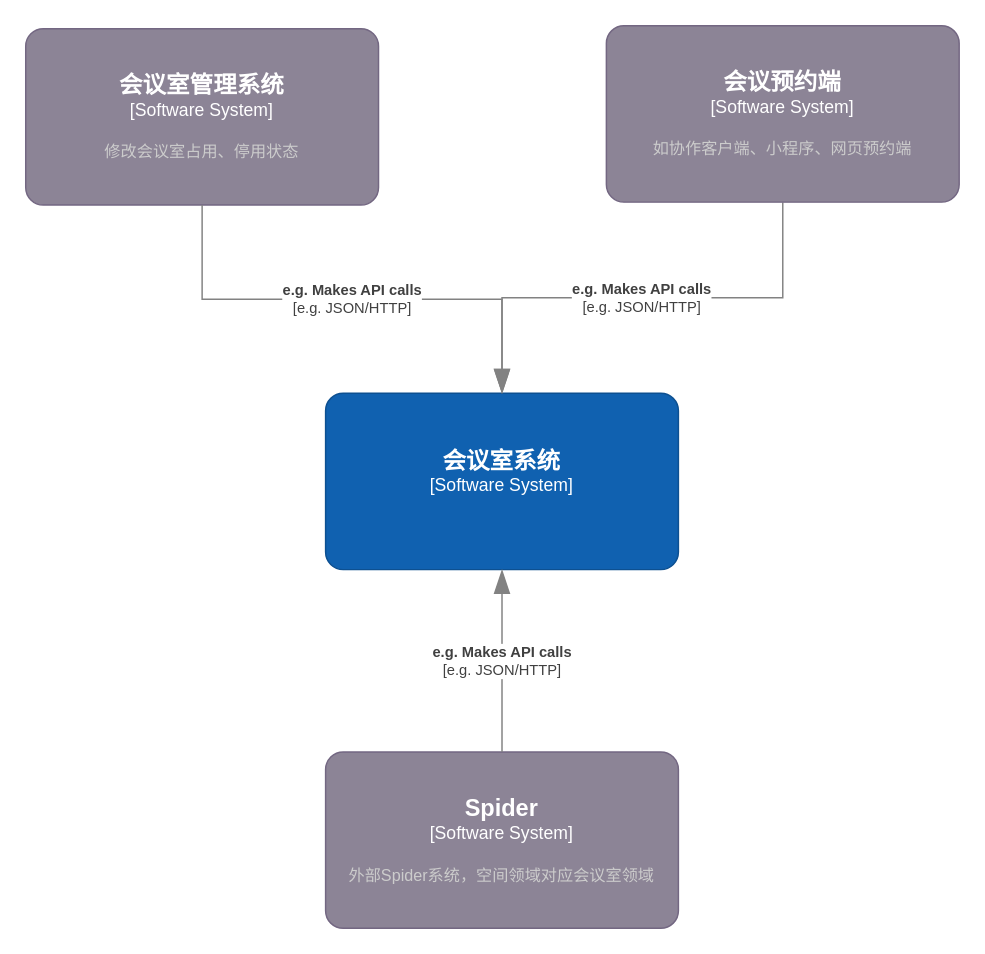
Above: 未命名绘图.drawio in laowang-cloud/diagrams (draw.io), before the change. Source tidied: cells renumbered, new cells numbered last; positions are measured from the earlier drawing's top-left corner, leaving out a move shared by most shapes. Both pictures are drawn from the tidied source at 147%, with x=0, y=0 at pixel (25, 25).
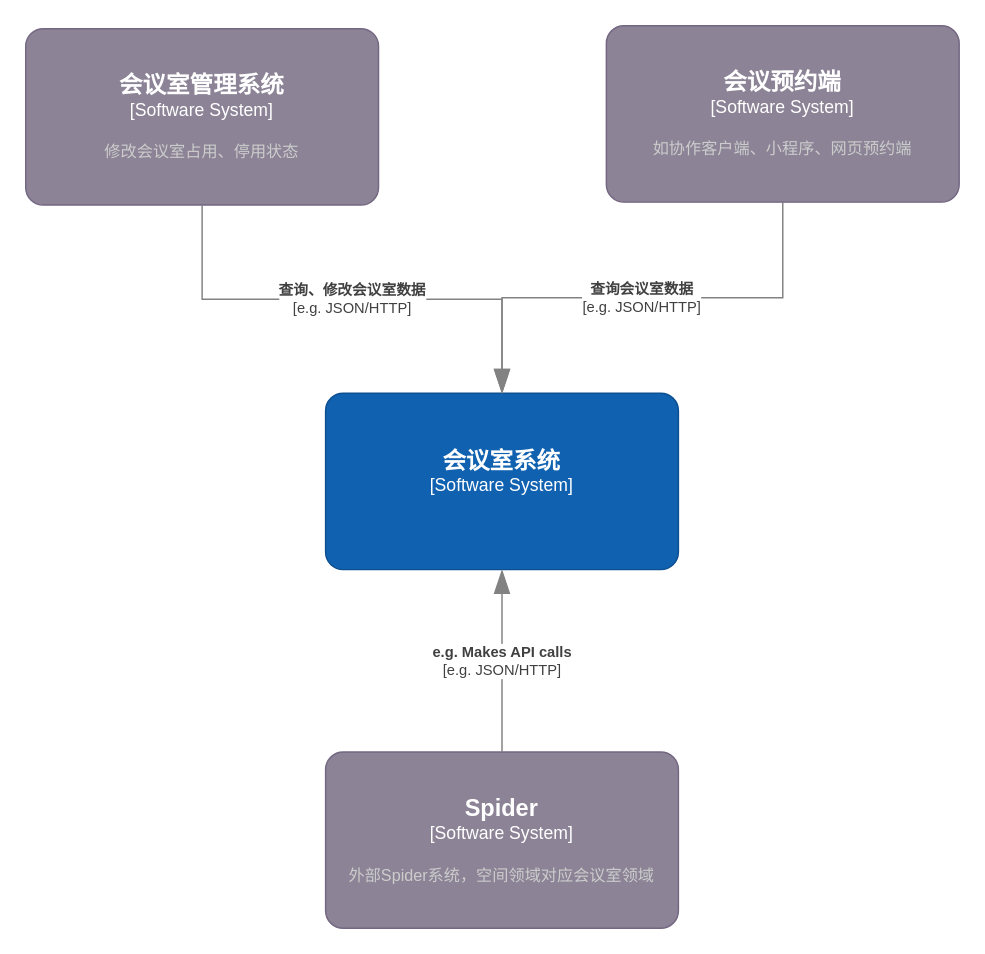
After the change.

Commit message:
更新未命名绘图.drawio

The edit, as a diff of the source:
```diff
@@
 <mxGraphModel>
   <root>
     <mxCell id="0" />
     <mxCell id="1" parent="0" />
     <object id="2" label="&lt;font style=&quot;font-size: 16px&quot;&gt;&lt;b&gt;%c4Name%&lt;/b&gt;&lt;/font&gt;&lt;div&gt;[%c4Type%]&lt;/div&gt;&lt;br&gt;&lt;div&gt;&lt;font style=&quot;font-size: 11px&quot;&gt;&lt;font color=&quot;#cccccc&quot;&gt;%c4Description%&lt;/font&gt;&lt;/div&gt;" c4Description="" c4Name="会议室系统" c4Type="Software System" placeholders="1">
       <mxCell style="rounded=1;whiteSpace=wrap;html=1;labelBackgroundColor=none;fillColor=#1061B0;fontColor=#ffffff;align=center;arcSize=10;strokeColor=#0D5091;points=[[0.25,0,0],[0.5,0,0],[0.75,0,0],[1,0.25,0],[1,0.5,0],[1,0.75,0],[0.75,1,0],[0.5,1,0],[0.25,1,0],[0,0.75,0],[0,0.5,0],[0,0.25,0]];" parent="1" vertex="1">
         <mxGeometry x="204" y="250" width="240" height="120" as="geometry" />
       </mxCell>
     </object>
     <object id="3" label="&lt;font style=&quot;font-size: 16px&quot;&gt;&lt;b&gt;%c4Name%&lt;/b&gt;&lt;/font&gt;&lt;div&gt;[%c4Type%]&lt;/div&gt;&lt;br&gt;&lt;div&gt;&lt;font style=&quot;font-size: 11px&quot;&gt;&lt;font color=&quot;#cccccc&quot;&gt;%c4Description%&lt;/font&gt;&lt;/div&gt;" c4Description="外部Spider系统，空间领域对应会议室领域" c4Name="Spider" c4Type="Software System" placeholders="1">
       <mxCell style="rounded=1;whiteSpace=wrap;html=1;labelBackgroundColor=none;fillColor=#8C8496;fontColor=#ffffff;align=center;arcSize=10;strokeColor=#736782;points=[[0.25,0,0],[0.5,0,0],[0.75,0,0],[1,0.25,0],[1,0.5,0],[1,0.75,0],[0.75,1,0],[0.5,1,0],[0.25,1,0],[0,0.75,0],[0,0.5,0],[0,0.25,0]];" parent="1" vertex="1">
         <mxGeometry x="204" y="494" width="240" height="120" as="geometry" />
       </mxCell>
     </object>
-    <object id="4" label="&lt;div style=&quot;text-align: left&quot;&gt;&lt;div style=&quot;text-align: center&quot;&gt;&lt;b&gt;%c4Description%&lt;/b&gt;&lt;/div&gt;&lt;div style=&quot;text-align: center&quot;&gt;[%c4Technology%]&lt;/div&gt;&lt;/div&gt;" c4Description="e.g. Makes API calls" c4Technology="e.g. JSON/HTTP" placeholders="1">
+    <object id="4" label="&lt;div style=&quot;text-align: left&quot;&gt;&lt;div style=&quot;text-align: center&quot;&gt;&lt;b&gt;%c4Description%&lt;/b&gt;&lt;/div&gt;&lt;div style=&quot;text-align: center&quot;&gt;[%c4Technology%]&lt;/div&gt;&lt;/div&gt;" c4Description="查询会议室数据" c4Technology="e.g. JSON/HTTP" placeholders="1">
       <mxCell style="endArrow=blockThin;html=1;fontSize=10;fontColor=#404040;strokeWidth=1;endFill=1;strokeColor=#828282;elbow=vertical;endSize=14;startSize=14;jumpStyle=arc;jumpSize=16;rounded=0;edgeStyle=orthogonalEdgeStyle;entryX=0.5;entryY=0;entryDx=0;entryDy=0;entryPerimeter=0;" parent="1" edge="1" source="6" target="2">
         <mxGeometry relative="1" as="geometry" />
       </mxCell>
     </object>
     <object id="5" label="&lt;font style=&quot;font-size: 16px&quot;&gt;&lt;b&gt;%c4Name%&lt;/b&gt;&lt;/font&gt;&lt;div&gt;[%c4Type%]&lt;/div&gt;&lt;br&gt;&lt;div&gt;&lt;font style=&quot;font-size: 11px&quot;&gt;&lt;font color=&quot;#cccccc&quot;&gt;%c4Description%&lt;/font&gt;&lt;/div&gt;" c4Description="修改会议室占用、停用状态" c4Name="会议室管理系统" c4Type="Software System" placeholders="1">
       <mxCell style="rounded=1;whiteSpace=wrap;html=1;labelBackgroundColor=none;fillColor=#8C8496;fontColor=#ffffff;align=center;arcSize=10;strokeColor=#736782;points=[[0.25,0,0],[0.5,0,0],[0.75,0,0],[1,0.25,0],[1,0.5,0],[1,0.75,0],[0.75,1,0],[0.5,1,0],[0.25,1,0],[0,0.75,0],[0,0.5,0],[0,0.25,0]];" parent="1" vertex="1">
         <mxGeometry y="2" width="240" height="120" as="geometry" />
       </mxCell>
     </object>
     <object id="6" label="&lt;font style=&quot;font-size: 16px&quot;&gt;&lt;b&gt;%c4Name%&lt;/b&gt;&lt;/font&gt;&lt;div&gt;[%c4Type%]&lt;/div&gt;&lt;br&gt;&lt;div&gt;&lt;font style=&quot;font-size: 11px&quot;&gt;&lt;font color=&quot;#cccccc&quot;&gt;%c4Description%&lt;/font&gt;&lt;/div&gt;" c4Description="如协作客户端、小程序、网页预约端" c4Name="会议预约端" c4Type="Software System" placeholders="1">
       <mxCell style="rounded=1;whiteSpace=wrap;html=1;labelBackgroundColor=none;fillColor=#8C8496;fontColor=#ffffff;align=center;arcSize=10;strokeColor=#736782;points=[[0.25,0,0],[0.5,0,0],[0.75,0,0],[1,0.25,0],[1,0.5,0],[1,0.75,0],[0.75,1,0],[0.5,1,0],[0.25,1,0],[0,0.75,0],[0,0.5,0],[0,0.25,0]];" parent="1" vertex="1">
         <mxGeometry x="395" width="240" height="120" as="geometry" />
       </mxCell>
     </object>
-    <object id="7" label="&lt;div style=&quot;text-align: left&quot;&gt;&lt;div style=&quot;text-align: center&quot;&gt;&lt;b&gt;%c4Description%&lt;/b&gt;&lt;/div&gt;&lt;div style=&quot;text-align: center&quot;&gt;[%c4Technology%]&lt;/div&gt;&lt;/div&gt;" c4Description="e.g. Makes API calls" c4Technology="e.g. JSON/HTTP" placeholders="1">
+    <object id="7" label="&lt;div style=&quot;text-align: left&quot;&gt;&lt;div style=&quot;text-align: center&quot;&gt;&lt;b&gt;%c4Description%&lt;/b&gt;&lt;/div&gt;&lt;div style=&quot;text-align: center&quot;&gt;[%c4Technology%]&lt;/div&gt;&lt;/div&gt;" c4Description="查询、修改会议室数据" c4Technology="e.g. JSON/HTTP" placeholders="1">
       <mxCell style="endArrow=blockThin;html=1;fontSize=10;fontColor=#404040;strokeWidth=1;endFill=1;strokeColor=#828282;elbow=vertical;endSize=14;startSize=14;jumpStyle=arc;jumpSize=16;rounded=0;edgeStyle=orthogonalEdgeStyle;exitX=0.5;exitY=1;exitDx=0;exitDy=0;exitPerimeter=0;entryX=0.5;entryY=0;entryDx=0;entryDy=0;entryPerimeter=0;" parent="1" edge="1" source="5" target="2">
         <mxGeometry relative="1" as="geometry" />
       </mxCell>
     </object>
     <object id="8" label="&lt;div style=&quot;text-align: left&quot;&gt;&lt;div style=&quot;text-align: center&quot;&gt;&lt;b&gt;%c4Description%&lt;/b&gt;&lt;/div&gt;&lt;div style=&quot;text-align: center&quot;&gt;[%c4Technology%]&lt;/div&gt;&lt;/div&gt;" c4Description="e.g. Makes API calls" c4Technology="e.g. JSON/HTTP" placeholders="1">
       <mxCell style="endArrow=blockThin;html=1;fontSize=10;fontColor=#404040;strokeWidth=1;endFill=1;strokeColor=#828282;elbow=vertical;endSize=14;startSize=14;jumpStyle=arc;jumpSize=16;rounded=0;edgeStyle=orthogonalEdgeStyle;exitX=0.5;exitY=0;exitDx=0;exitDy=0;exitPerimeter=0;" parent="1" edge="1" source="3" target="2">
         <mxGeometry relative="1" as="geometry" />
       </mxCell>
     </object>
   </root>
 </mxGraphModel>
```
